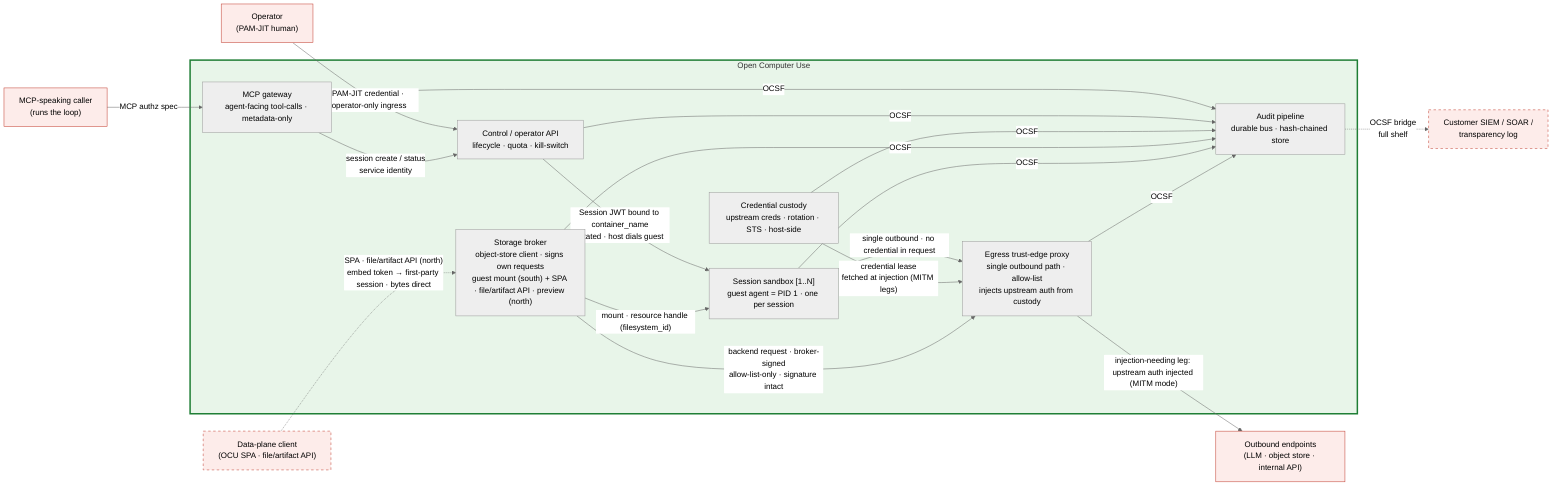
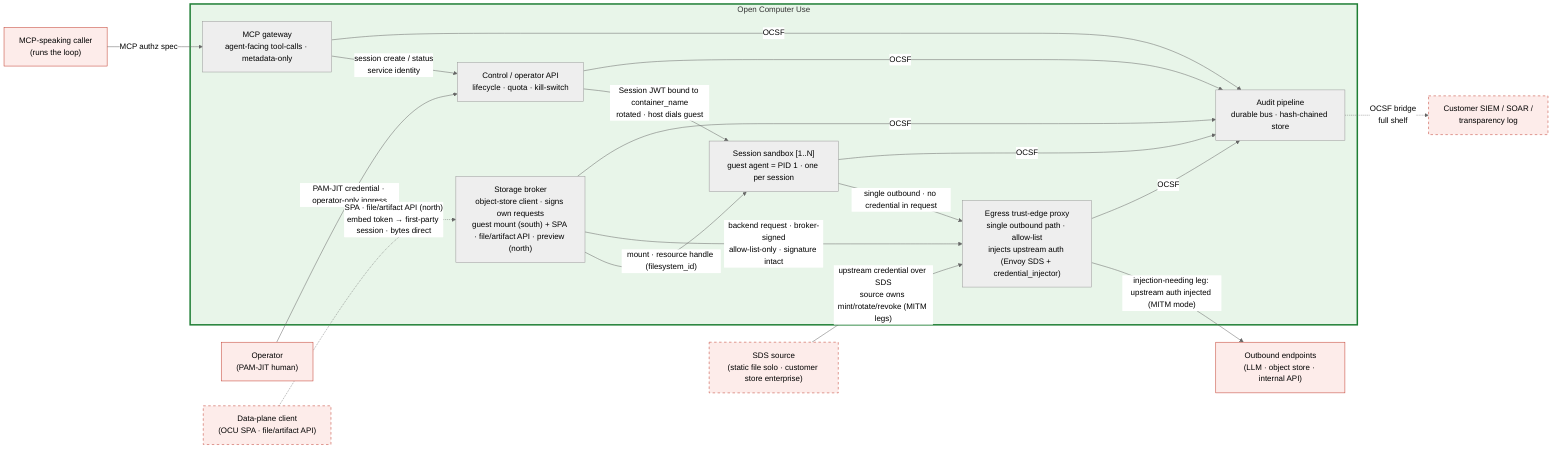
%% SPDX-License-Identifier: FSL-1.1-Apache-2.0
%% Copyright (c) 2025 Open Computer Use Contributors
%% Canonical Layer 6 (C4 Container) diagram. Referenced from docs/architecture/05-c4-container.md.
%% Role names only — no technology names (per CLAUDE.md Diagrams). Tech choice lands in component specs under components/.
- %% Seven containers across six Layer-3 trust zones: the Control plane splits into an agent-facing
+ %% Six containers across five Layer-3 trust zones: the Control plane splits into an agent-facing
%% MCP gateway and an operator/lifecycle API (the kill-switch lives only on the latter); the other
- %% five zones map 1:1. Substrate differs by shelf (see 05-c4-container.md §5); the count does not.
+ %% four zones map 1:1. Substrate differs by shelf (see 05-c4-container.md §5); the count does not.
%% Palette (project convention): red untrusted / green trusted. Amber/blue trust-zone shading is Layer 3 only.

%%{init: {"theme": "neutral"} }%%
flowchart LR

    %% ─── external (drawn for orientation; contracts in 03-c4-context.md §4) ───
    PEER["MCP-speaking caller<br/>(runs the loop)"]:::ext
    OPER["Operator<br/>(PAM-JIT human)"]:::ext
    FILE["Data-plane client<br/>(OCU SPA · file/artifact API)"]:::extOpt
    UPSTREAM["Outbound endpoints<br/>(LLM · object store · internal API)"]:::ext
    SINK["Customer SIEM / SOAR /<br/>transparency log"]:::extOpt
+     SDS["SDS source<br/>(static file solo · customer store enterprise)"]:::extOpt

    %% ─── containers inside the system under design ───
    subgraph OCU["Open Computer Use"]
        MCPG["MCP gateway<br/>agent-facing tool-calls · metadata-only"]
        CTRL["Control / operator API<br/>lifecycle · quota · kill-switch"]
-         CUST["Credential custody<br/>upstream creds · rotation · STS · host-side"]
        STORE["Storage broker<br/>object-store client · signs own requests<br/>guest mount (south) + SPA · file/artifact API · preview (north)"]
        VM["Session sandbox [1..N]<br/>guest agent = PID 1 · one per session"]
-         EDGE["Egress trust-edge proxy<br/>single outbound path · allow-list<br/>injects upstream auth from custody"]
+         EDGE["Egress trust-edge proxy<br/>single outbound path · allow-list<br/>injects upstream auth (Envoy SDS + credential_injector)"]
        AUD["Audit pipeline<br/>durable bus · hash-chained store"]
    end

    %% ─── inbound (two distinct surfaces of the Control plane) ───
    PEER -->|"MCP authz spec"| MCPG
    OPER -->|"PAM-JIT credential · operator-only ingress"| CTRL
    MCPG -->|"session create / status<br/>service identity"| CTRL

    %% ─── control + storage reach the guest host-side (host dials, guest listens; NFR-SEC-43) ───
    CTRL -->|"Session JWT bound to container_name<br/>rotated · host dials guest"| VM
    STORE -->|"mount · resource handle (filesystem_id)"| VM
    FILE -.->|"SPA · file/artifact API (north)<br/>embed token → first-party session · bytes direct"| STORE

    %% ─── egress: guest sends unauthenticated; on injection-needing legs the edge
-     %%     pulls a custody lease and injects (MITM mode only — see 05 §3, §6) ───
+     %%     receives the credential over SDS and injects (MITM mode only — see 05 §3, §6) ───
    VM -->|"single outbound · no credential in request"| EDGE
-     CUST -->|"credential lease<br/>fetched at injection (MITM legs)"| EDGE
+     SDS -->|"upstream credential over SDS<br/>source owns mint/rotate/revoke (MITM legs)"| EDGE
    STORE -->|"backend request · broker-signed<br/>allow-list-only · signature intact"| EDGE
    EDGE -->|"injection-needing leg: upstream auth injected (MITM mode)"| UPSTREAM

    %% ─── audit fan-in (every source container emits OCSF; the pipeline is the sink) ───
    MCPG -->|OCSF| AUD
    CTRL -->|OCSF| AUD
-     CUST -->|OCSF| AUD
    STORE -->|OCSF| AUD
    VM -->|OCSF| AUD
    EDGE -->|OCSF| AUD
    AUD -.->|"OCSF bridge<br/>full shelf"| SINK

    %% ─── styling (project palette) ───
    classDef ext fill:#fdecea,stroke:#c0392b,stroke-width:1px;
    classDef extOpt fill:#fdecea,stroke:#c0392b,stroke-dasharray: 5 5;
    style OCU fill:#e8f5e9,stroke:#1e7e34,stroke-width:3px;
